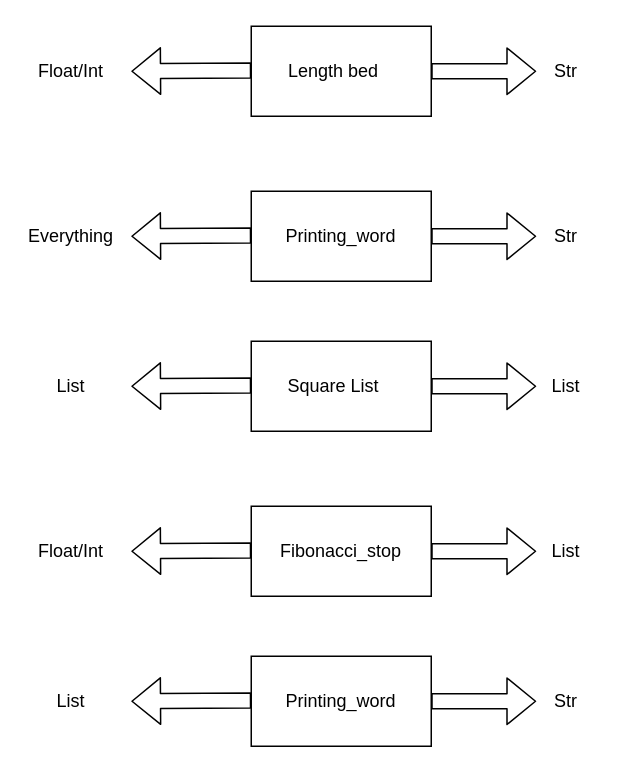
This is FunctionDiagram.drawio from DTUWindEducation/p0-intro-team-14, a draw.io file, before an edit. Source tidied: cells renumbered, new cells numbered last; positions are measured from the earlier drawing's top-left corner, leaving out a move shared by most shapes. Both pictures are drawn from the tidied source at 150%, with x=0, y=0 at pixel (26, 26).
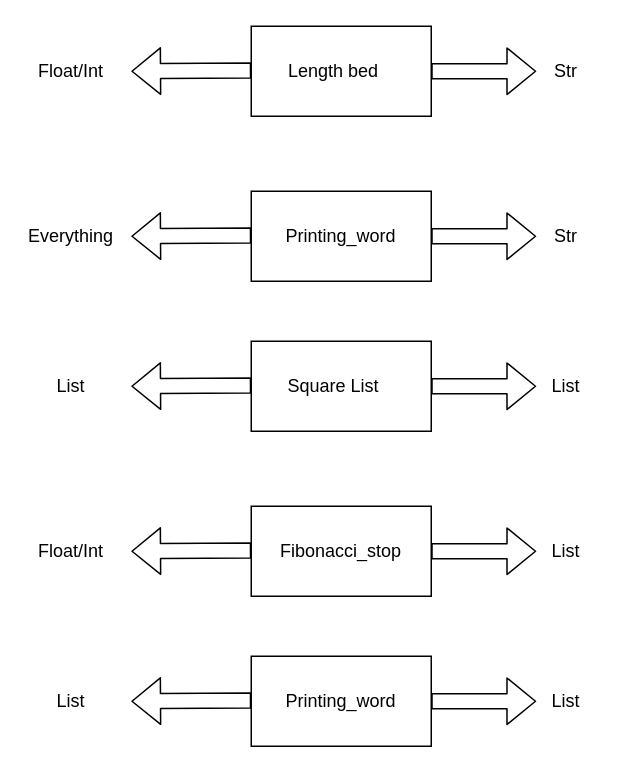
The same page after the edit.

What changed in the source:
```diff
@@
-    <mxCell id="31" value="Str" style="text;html=1;strokeColor=none;fillColor=none;align=center;verticalAlign=middle;whiteSpace=wrap;rounded=0;" parent="1" vertex="1">
+    <mxCell id="31" value="List" style="text;html=1;strokeColor=none;fillColor=none;align=center;verticalAlign=middle;whiteSpace=wrap;rounded=0;" parent="1" vertex="1">
       <mxGeometry x="330" y="435" width="60" height="30" as="geometry" />
     </mxCell>
```
